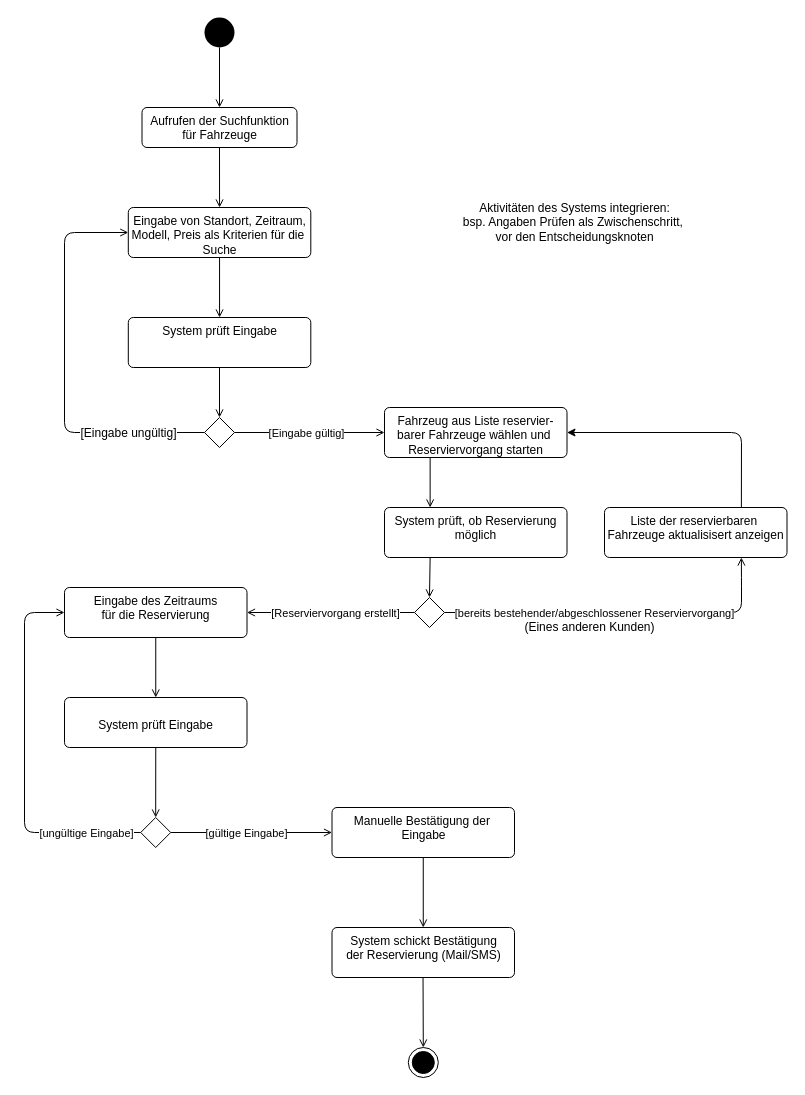
Before: Mini-Praktikum/c-Aktivitätsdiagramm.drawio in TheBlackDragon4/SWE-HS-Co-Se5, a draw.io diagram. Source tidied: cells renumbered, new cells numbered last; positions are measured from the earlier drawing's top-left corner, leaving out a move shared by most shapes. Both pictures are drawn from the tidied source at 100%, with x=0, y=0 at pixel (24, 17).
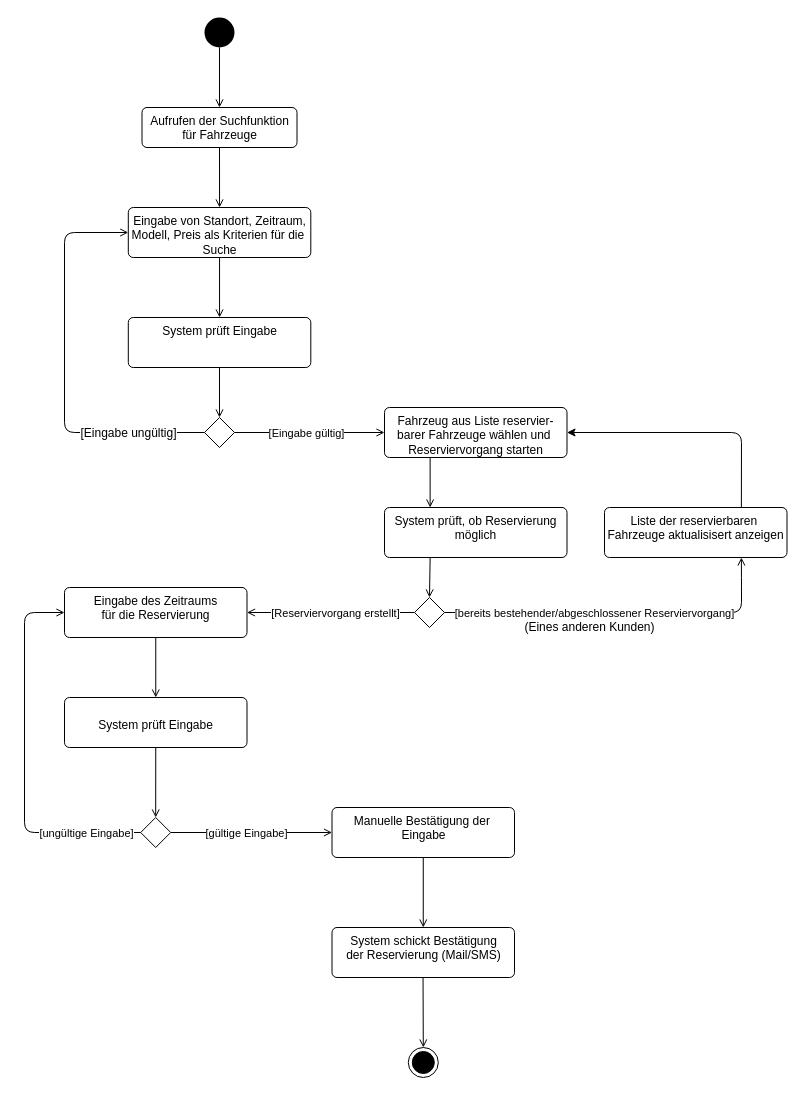
Above is the later version.

Change to the diagram source:
```diff
@@
-    <mxCell id="35" value="Aktivitäten des Systems integrieren:&lt;br&gt;bsp. Angaben Prüfen als Zwischenschritt,&amp;nbsp;&lt;br&gt;vor den Entscheidungsknoten" style="text;html=1;align=center;verticalAlign=middle;strokeColor=none;fillColor=none;" parent="1" vertex="1">
-      <mxGeometry x="430" y="180" width="240" height="50" as="geometry" />
-    </mxCell>
```
